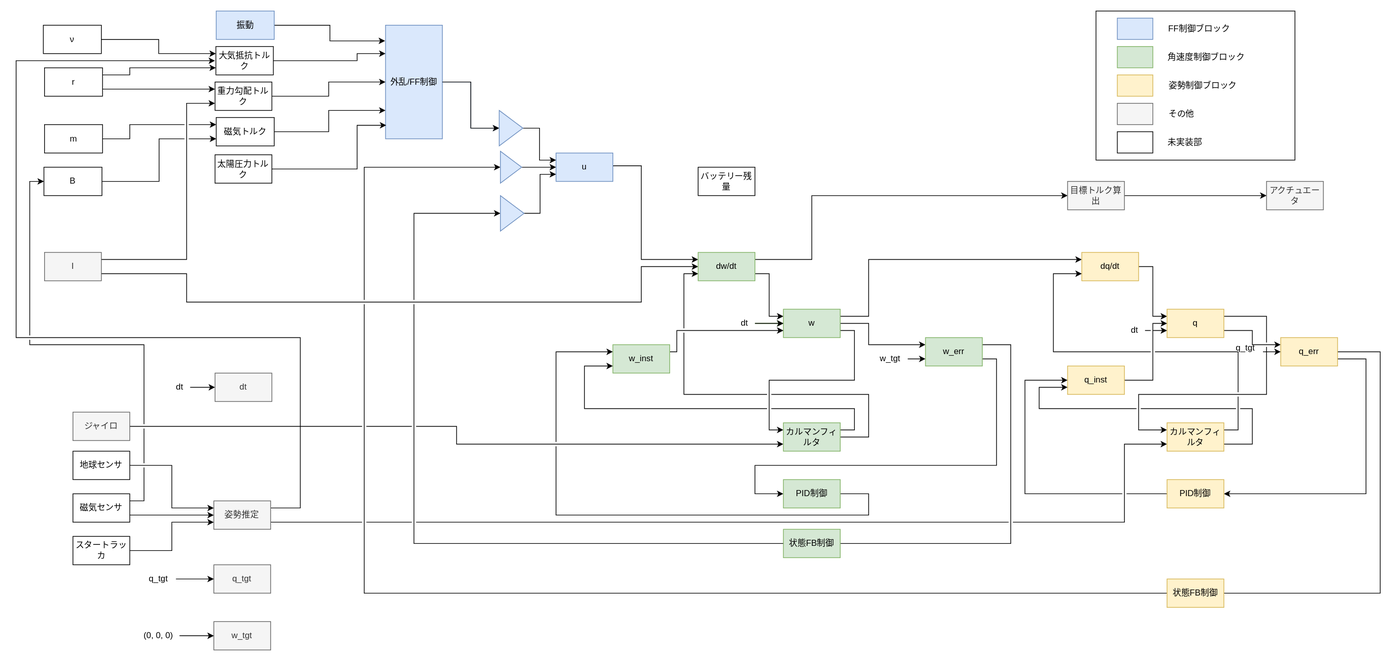
This is out/satellite.drawio.svg from hender14/satellite, a draw.io export, as it was before one commit. Source tidied: cells renumbered, new cells last; positions are measured from the earlier drawing's top-left corner, leaving out a move shared by most shapes.
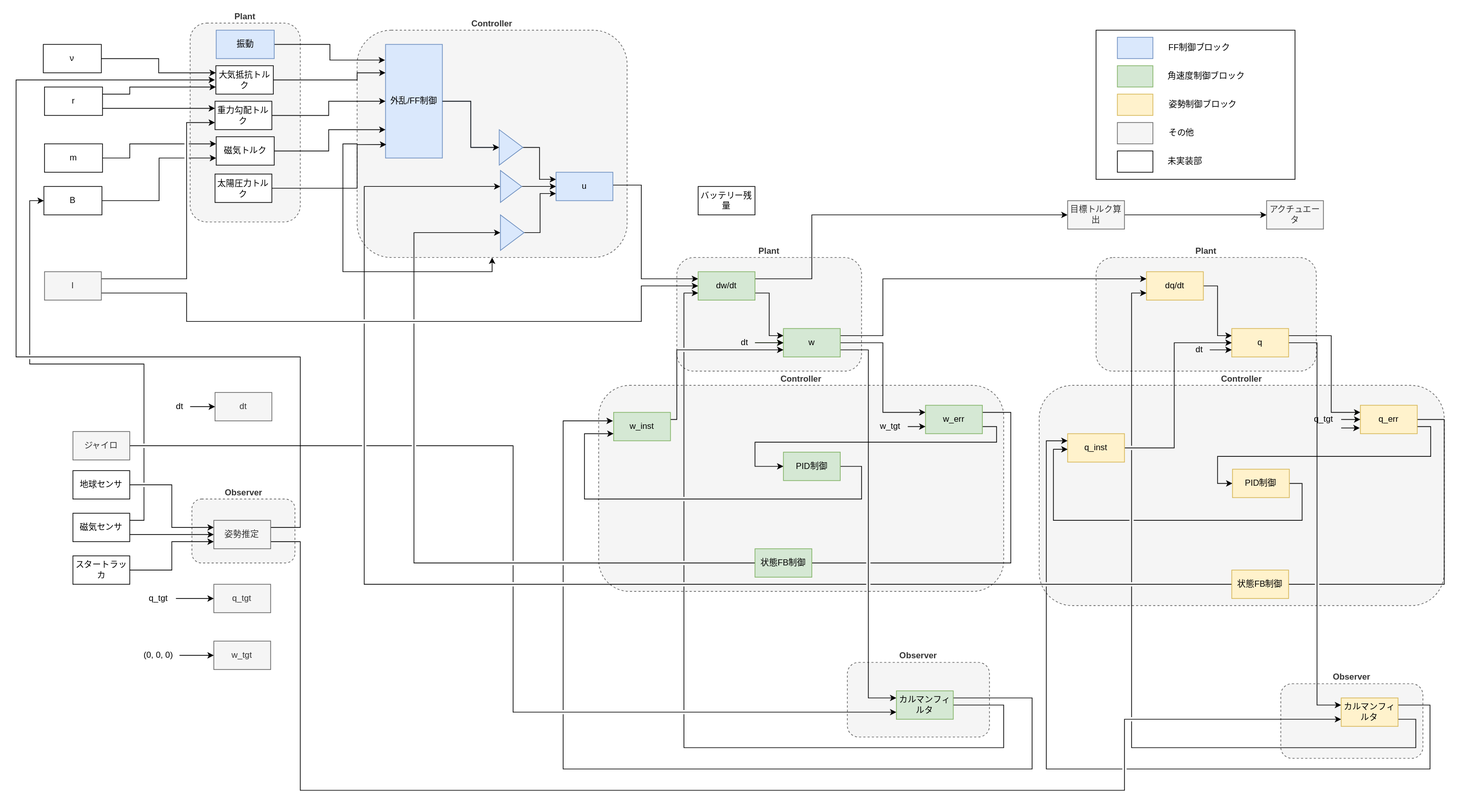
The same file after the commit.

The edit, as a diff of the source:
```diff
@@ -4,2 +4,32 @@
     <mxCell id="1" parent="0" />
+    <mxCell id="116" value="Observer" style="rounded=1;whiteSpace=wrap;html=1;strokeWidth=1;labelPosition=center;verticalLabelPosition=top;align=center;verticalAlign=bottom;fontStyle=1;fillColor=#f5f5f5;fontColor=#333333;strokeColor=#666666;dashed=1;" parent="1" vertex="1">
+      <mxGeometry x="247.5" y="660" width="145" height="90" as="geometry" />
+    </mxCell>
+    <mxCell id="117" value="Observer" style="rounded=1;whiteSpace=wrap;html=1;strokeWidth=1;labelPosition=center;verticalLabelPosition=top;align=center;verticalAlign=bottom;fontStyle=1;fillColor=#f5f5f5;fontColor=#333333;strokeColor=#666666;dashed=1;" parent="1" vertex="1">
+      <mxGeometry x="1780" y="920" width="200" height="105" as="geometry" />
+    </mxCell>
+    <mxCell id="118" value="Controller" style="rounded=1;whiteSpace=wrap;html=1;strokeWidth=1;labelPosition=center;verticalLabelPosition=top;align=center;verticalAlign=bottom;fontStyle=1;fillColor=#f5f5f5;fontColor=#333333;strokeColor=#666666;dashed=1;" parent="1" vertex="1">
+      <mxGeometry x="1440" y="500" width="570" height="310" as="geometry" />
+    </mxCell>
+    <mxCell id="119" value="Plant" style="rounded=1;whiteSpace=wrap;html=1;strokeWidth=1;labelPosition=center;verticalLabelPosition=top;align=center;verticalAlign=bottom;fontStyle=1;fillColor=#f5f5f5;fontColor=#333333;strokeColor=#666666;dashed=1;" parent="1" vertex="1">
+      <mxGeometry x="1520" y="320" width="310" height="160" as="geometry" />
+    </mxCell>
+    <mxCell id="120" value="Plant" style="rounded=1;whiteSpace=wrap;html=1;strokeWidth=1;labelPosition=center;verticalLabelPosition=top;align=center;verticalAlign=bottom;fontStyle=1;fillColor=#f5f5f5;fontColor=#333333;strokeColor=#666666;dashed=1;" parent="1" vertex="1">
+      <mxGeometry x="245" y="-10" width="155" height="280" as="geometry" />
+    </mxCell>
+    <mxCell id="121" value="Controller" style="rounded=1;whiteSpace=wrap;html=1;strokeWidth=1;labelPosition=center;verticalLabelPosition=top;align=center;verticalAlign=bottom;fontStyle=1;fillColor=#f5f5f5;fontColor=#333333;strokeColor=#666666;dashed=1;" parent="1" vertex="1">
+      <mxGeometry x="480" width="380" height="320" as="geometry" />
+    </mxCell>
+    <mxCell id="83" value="太陽圧力トルク" style="rounded=0;whiteSpace=wrap;html=1;" parent="1" vertex="1">
+      <mxGeometry x="280" y="202.5" width="80" height="40" as="geometry" />
+    </mxCell>
+    <mxCell id="122" value="Observer" style="rounded=1;whiteSpace=wrap;html=1;strokeWidth=1;labelPosition=center;verticalLabelPosition=top;align=center;verticalAlign=bottom;fontStyle=1;fillColor=#f5f5f5;fontColor=#333333;strokeColor=#666666;dashed=1;" parent="1" vertex="1">
+      <mxGeometry x="1170" y="890" width="200" height="105" as="geometry" />
+    </mxCell>
+    <mxCell id="123" value="Controller" style="rounded=1;whiteSpace=wrap;html=1;strokeWidth=1;labelPosition=center;verticalLabelPosition=top;align=center;verticalAlign=bottom;fontStyle=1;fillColor=#f5f5f5;fontColor=#333333;strokeColor=#666666;dashed=1;" parent="1" vertex="1">
+      <mxGeometry x="820" y="500" width="570" height="290" as="geometry" />
+    </mxCell>
+    <mxCell id="124" value="Plant" style="rounded=1;whiteSpace=wrap;html=1;strokeWidth=1;labelPosition=center;verticalLabelPosition=top;align=center;verticalAlign=bottom;fontStyle=1;fillColor=#f5f5f5;fontColor=#333333;strokeColor=#666666;dashed=1;" parent="1" vertex="1">
+      <mxGeometry x="930" y="320" width="260" height="160" as="geometry" />
+    </mxCell>
     <mxCell id="2" style="edgeStyle=orthogonalEdgeStyle;rounded=0;jettySize=auto;html=1;fillColor=#dae8fc;strokeColor=#6c8ebf;" parent="1" edge="1" source="3" target="40">
@@ -104,4 +134,4 @@
         <Array as="points">
-          <mxPoint x="1200" y="430" />
-          <mxPoint x="1200" y="350" />
+          <mxPoint x="1220" y="430" />
+          <mxPoint x="1220" y="350" />
         </Array>
@@ -113,4 +143,4 @@
           <mxPoint x="1160" y="440" />
-          <mxPoint x="1200" y="440" />
-          <mxPoint x="1200" y="470" />
+          <mxPoint x="1220" y="440" />
+          <mxPoint x="1220" y="538" />
         </Array>
@@ -127,4 +157,4 @@
         <Array as="points">
-          <mxPoint x="1600" y="360" />
-          <mxPoint x="1600" y="430" />
+          <mxPoint x="1691" y="360" />
+          <mxPoint x="1691" y="430" />
         </Array>
@@ -133,14 +163,17 @@
     <mxCell id="27" value="dq/dt" style="rounded=0;whiteSpace=wrap;html=1;fillColor=#fff2cc;strokeColor=#d6b656;" parent="1" vertex="1">
-      <mxGeometry x="1500" y="340" width="80" height="40" as="geometry" />
+      <mxGeometry x="1591" y="340" width="80" height="40" as="geometry" />
     </mxCell>
-    <mxCell id="28" style="edgeStyle=orthogonalEdgeStyle;rounded=0;jettySize=auto;html=1;exitX=1;exitY=0.75;exitDx=0;exitDy=0;entryX=0;entryY=0.25;entryDx=0;entryDy=0;" parent="1" edge="1" source="30" target="33">
-      <mxGeometry relative="1" as="geometry" />
+    <mxCell id="28" style="edgeStyle=orthogonalEdgeStyle;rounded=0;jettySize=auto;html=1;exitX=1;exitY=0.25;exitDx=0;exitDy=0;entryX=0;entryY=0.25;entryDx=0;entryDy=0;" parent="1" edge="1" source="30" target="33">
+      <mxGeometry relative="1" as="geometry">
+        <Array as="points">
+          <mxPoint x="1851" y="430" />
+          <mxPoint x="1851" y="538" />
+        </Array>
+      </mxGeometry>
     </mxCell>
-    <mxCell id="29" style="edgeStyle=orthogonalEdgeStyle;rounded=0;jettySize=auto;html=1;exitX=1;exitY=0.25;exitDx=0;exitDy=0;entryX=0;entryY=0.25;entryDx=0;entryDy=0;jumpStyle=gap;" parent="1" edge="1" source="30" target="78">
+    <mxCell id="29" style="edgeStyle=orthogonalEdgeStyle;rounded=0;jettySize=auto;html=1;exitX=1;exitY=0.5;exitDx=0;exitDy=0;entryX=0;entryY=0.25;entryDx=0;entryDy=0;jumpStyle=gap;" parent="1" edge="1" source="30" target="78">
       <mxGeometry relative="1" as="geometry">
         <Array as="points">
-          <mxPoint x="1760" y="430" />
-          <mxPoint x="1760" y="540" />
-          <mxPoint x="1580" y="540" />
-          <mxPoint x="1580" y="590" />
+          <mxPoint x="1831" y="440" />
+          <mxPoint x="1831" y="950" />
         </Array>
@@ -149,3 +182,3 @@
     <mxCell id="30" value="q" style="rounded=0;whiteSpace=wrap;html=1;fillColor=#fff2cc;strokeColor=#d6b656;" parent="1" vertex="1">
-      <mxGeometry x="1620" y="420" width="80" height="40" as="geometry" />
+      <mxGeometry x="1711" y="420" width="80" height="40" as="geometry" />
     </mxCell>
@@ -154,5 +187,5 @@
         <Array as="points">
-          <mxPoint x="1920" y="480" />
-          <mxPoint x="1920" y="820" />
-          <mxPoint x="490" y="820" />
+          <mxPoint x="2010" y="548" />
+          <mxPoint x="2010" y="780" />
+          <mxPoint x="490" y="780" />
           <mxPoint x="490" y="220" />
@@ -161,7 +194,9 @@
     </mxCell>
-    <mxCell id="32" style="edgeStyle=orthogonalEdgeStyle;rounded=0;jettySize=auto;html=1;exitX=1;exitY=0.75;exitDx=0;exitDy=0;entryX=1;entryY=0.5;entryDx=0;entryDy=0;" parent="1" edge="1" source="33" target="115">
+    <mxCell id="32" style="edgeStyle=orthogonalEdgeStyle;rounded=0;jettySize=auto;html=1;exitX=1;exitY=0.75;exitDx=0;exitDy=0;entryX=0;entryY=0.5;entryDx=0;entryDy=0;" parent="1" edge="1" source="33" target="115">
       <mxGeometry relative="1" as="geometry">
         <Array as="points">
-          <mxPoint x="1900" y="490" />
-          <mxPoint x="1900" y="680" />
+          <mxPoint x="1991" y="558" />
+          <mxPoint x="1991" y="600" />
+          <mxPoint x="1691" y="600" />
+          <mxPoint x="1691" y="638" />
         </Array>
@@ -170,3 +205,3 @@
     <mxCell id="33" value="q_err" style="rounded=0;whiteSpace=wrap;html=1;fillColor=#fff2cc;strokeColor=#d6b656;" parent="1" vertex="1">
-      <mxGeometry x="1780" y="460" width="80" height="40" as="geometry" />
+      <mxGeometry x="1892" y="528" width="80" height="40" as="geometry" />
     </mxCell>
@@ -196,3 +231,3 @@
         <Array as="points">
-          <mxPoint x="1400" y="470" />
+          <mxPoint x="1400" y="538" />
           <mxPoint x="1400" y="750" />
@@ -206,6 +241,6 @@
         <Array as="points">
-          <mxPoint x="1380" y="490" />
-          <mxPoint x="1380" y="640" />
-          <mxPoint x="1040" y="640" />
-          <mxPoint x="1040" y="680" />
+          <mxPoint x="1380" y="558" />
+          <mxPoint x="1380" y="580" />
+          <mxPoint x="1040" y="580" />
+          <mxPoint x="1040" y="614" />
         </Array>
@@ -214,3 +249,3 @@
     <mxCell id="43" value="w_err" style="rounded=0;whiteSpace=wrap;html=1;fillColor=#d5e8d4;strokeColor=#82b366;" parent="1" vertex="1">
-      <mxGeometry x="1280" y="460" width="80" height="40" as="geometry" />
+      <mxGeometry x="1280" y="528" width="80" height="40" as="geometry" />
     </mxCell>
@@ -234,5 +269,6 @@
         <Array as="points">
-          <mxPoint x="362" y="720" />
-          <mxPoint x="1560" y="720" />
-          <mxPoint x="1560" y="610" />
+          <mxPoint x="400" y="720" />
+          <mxPoint x="400" y="1070" />
+          <mxPoint x="1560" y="1070" />
+          <mxPoint x="1560" y="970" />
         </Array>
@@ -290,4 +326,4 @@
         <Array as="points">
-          <mxPoint x="1600" y="520" />
-          <mxPoint x="1600" y="440" />
+          <mxPoint x="1630" y="588" />
+          <mxPoint x="1630" y="440" />
         </Array>
@@ -296,3 +332,3 @@
     <mxCell id="64" value="q_inst" style="rounded=0;whiteSpace=wrap;html=1;fillColor=#fff2cc;strokeColor=#d6b656;" parent="1" vertex="1">
-      <mxGeometry x="1480" y="500" width="80" height="40" as="geometry" />
+      <mxGeometry x="1480" y="568" width="80" height="40" as="geometry" />
     </mxCell>
@@ -301,3 +337,3 @@
         <Array as="points">
-          <mxPoint x="930" y="480" />
+          <mxPoint x="930" y="548" />
           <mxPoint x="930" y="450" />
@@ -307,18 +343,14 @@
     <mxCell id="66" value="w_inst" style="rounded=0;whiteSpace=wrap;html=1;fillColor=#d5e8d4;strokeColor=#82b366;" parent="1" vertex="1">
-      <mxGeometry x="840" y="470" width="80" height="40" as="geometry" />
+      <mxGeometry x="841" y="538" width="80" height="40" as="geometry" />
     </mxCell>
     <mxCell id="67" value="状態FB制御" style="rounded=0;whiteSpace=wrap;html=1;fillColor=#fff2cc;strokeColor=#d6b656;" parent="1" vertex="1">
-      <mxGeometry x="1620" y="800" width="80" height="40" as="geometry" />
+      <mxGeometry x="1711" y="760" width="80" height="40" as="geometry" />
     </mxCell>
-    <mxCell id="68" value="状態FB制御" style="rounded=0;whiteSpace=wrap;html=1;fillColor=#d5e8d4;strokeColor=#82b366;" parent="1" vertex="1">
-      <mxGeometry x="1080" y="730" width="80" height="40" as="geometry" />
-    </mxCell>
-    <mxCell id="69" style="edgeStyle=orthogonalEdgeStyle;rounded=0;jettySize=auto;html=1;exitX=1;exitY=0.5;exitDx=0;exitDy=0;jumpStyle=gap;" parent="1" edge="1" source="70">
+    <mxCell id="69" style="edgeStyle=orthogonalEdgeStyle;rounded=0;jettySize=auto;html=1;exitX=1;exitY=0.5;exitDx=0;exitDy=0;jumpStyle=gap;entryX=0;entryY=0.75;entryDx=0;entryDy=0;" parent="1" edge="1" source="70" target="66">
       <mxGeometry relative="1" as="geometry">
-        <mxPoint x="840" y="480" as="targetPoint" />
         <Array as="points">
-          <mxPoint x="1200" y="680" />
-          <mxPoint x="1200" y="710" />
-          <mxPoint x="760" y="710" />
-          <mxPoint x="760" y="480" />
+          <mxPoint x="1190" y="614" />
+          <mxPoint x="1190" y="660" />
+          <mxPoint x="800" y="660" />
+          <mxPoint x="800" y="568" />
         </Array>
@@ -327,3 +359,3 @@
     <mxCell id="70" value="PID制御" style="rounded=0;whiteSpace=wrap;html=1;fillColor=#d5e8d4;strokeColor=#82b366;" parent="1" vertex="1">
-      <mxGeometry x="1080" y="660" width="80" height="40" as="geometry" />
+      <mxGeometry x="1080" y="594" width="80" height="40" as="geometry" />
     </mxCell>
@@ -338,5 +370,5 @@
         <Array as="points">
-          <mxPoint x="1200" y="600" />
-          <mxPoint x="1200" y="540" />
-          <mxPoint x="940" y="540" />
+          <mxPoint x="1390" y="950" />
+          <mxPoint x="1390" y="1010" />
+          <mxPoint x="940" y="1010" />
           <mxPoint x="940" y="370" />
@@ -345,9 +377,11 @@
     </mxCell>
-    <mxCell id="74" style="edgeStyle=orthogonalEdgeStyle;rounded=0;jettySize=auto;html=1;exitX=1;exitY=0.25;exitDx=0;exitDy=0;entryX=0;entryY=0.75;entryDx=0;entryDy=0;jumpStyle=gap;fillColor=#d5e8d4;strokeColor=#000000;" parent="1" edge="1" source="75" target="66">
+    <mxCell id="74" style="edgeStyle=orthogonalEdgeStyle;rounded=0;jettySize=auto;html=1;exitX=1;exitY=0.25;exitDx=0;exitDy=0;jumpStyle=gap;fillColor=#d5e8d4;strokeColor=#000000;" parent="1" edge="1" source="75">
       <mxGeometry relative="1" as="geometry">
+        <mxPoint x="840" y="550" as="targetPoint" />
         <Array as="points">
-          <mxPoint x="1180" y="590" />
-          <mxPoint x="1180" y="560" />
-          <mxPoint x="800" y="560" />
-          <mxPoint x="800" y="500" />
+          <mxPoint x="1430" y="940" />
+          <mxPoint x="1430" y="1040" />
+          <mxPoint x="770" y="1040" />
+          <mxPoint x="770" y="550" />
+          <mxPoint x="841" y="550" />
         </Array>
@@ -356,11 +390,11 @@
     <mxCell id="75" value="カルマンフィルタ" style="rounded=0;whiteSpace=wrap;html=1;fillColor=#d5e8d4;strokeColor=#82b366;" parent="1" vertex="1">
-      <mxGeometry x="1080" y="580" width="80" height="40" as="geometry" />
+      <mxGeometry x="1239" y="930" width="80" height="40" as="geometry" />
     </mxCell>
-    <mxCell id="76" style="edgeStyle=orthogonalEdgeStyle;rounded=0;jettySize=auto;html=1;exitX=1;exitY=0.25;exitDx=0;exitDy=0;entryX=0;entryY=0.75;entryDx=0;entryDy=0;jumpStyle=gap;" parent="1" edge="1" source="78" target="27">
+    <mxCell id="76" style="edgeStyle=orthogonalEdgeStyle;rounded=0;jettySize=auto;html=1;exitX=1;exitY=0.75;exitDx=0;exitDy=0;entryX=0;entryY=0.75;entryDx=0;entryDy=0;jumpStyle=gap;" parent="1" edge="1" source="78" target="27">
       <mxGeometry relative="1" as="geometry">
         <Array as="points">
-          <mxPoint x="1720" y="590" />
-          <mxPoint x="1720" y="480" />
-          <mxPoint x="1460" y="480" />
-          <mxPoint x="1460" y="370" />
+          <mxPoint x="1970" y="970" />
+          <mxPoint x="1970" y="1010" />
+          <mxPoint x="1570" y="1010" />
+          <mxPoint x="1570" y="370" />
         </Array>
@@ -368,9 +402,9 @@
     </mxCell>
-    <mxCell id="77" style="edgeStyle=orthogonalEdgeStyle;rounded=0;jettySize=auto;html=1;exitX=1;exitY=0.75;exitDx=0;exitDy=0;entryX=0;entryY=0.75;entryDx=0;entryDy=0;jumpStyle=gap;" parent="1" edge="1" source="78" target="64">
+    <mxCell id="77" style="edgeStyle=orthogonalEdgeStyle;rounded=0;jettySize=auto;html=1;exitX=1;exitY=0.25;exitDx=0;exitDy=0;entryX=0;entryY=0.25;entryDx=0;entryDy=0;jumpStyle=gap;" parent="1" edge="1" source="78" target="64">
       <mxGeometry relative="1" as="geometry">
         <Array as="points">
-          <mxPoint x="1740" y="610" />
-          <mxPoint x="1740" y="560" />
-          <mxPoint x="1440" y="560" />
-          <mxPoint x="1440" y="530" />
+          <mxPoint x="1990" y="950" />
+          <mxPoint x="1990" y="1040" />
+          <mxPoint x="1450" y="1040" />
+          <mxPoint x="1450" y="578" />
         </Array>
@@ -379,3 +413,3 @@
     <mxCell id="78" value="カルマンフィルタ" style="rounded=0;whiteSpace=wrap;html=1;fillColor=#fff2cc;strokeColor=#d6b656;" parent="1" vertex="1">
-      <mxGeometry x="1620" y="580" width="80" height="40" as="geometry" />
+      <mxGeometry x="1865" y="940" width="80" height="40" as="geometry" />
     </mxCell>
@@ -405,5 +439,2 @@
     </mxCell>
-    <mxCell id="83" value="太陽圧力トルク" style="rounded=0;whiteSpace=wrap;html=1;" parent="1" vertex="1">
-      <mxGeometry x="280" y="202.5" width="80" height="40" as="geometry" />
-    </mxCell>
     <mxCell id="84" style="edgeStyle=orthogonalEdgeStyle;rounded=0;jettySize=auto;html=1;fillColor=#d5e8d4;strokeColor=#82b366;" parent="1" edge="1" source="87" target="25">
@@ -424,9 +455,9 @@
     <mxCell id="89" value="dt" style="text;html=1;align=center;verticalAlign=middle;points=[];strokeColor=none;fillColor=none;" parent="1" vertex="1">
-      <mxGeometry x="1559" y="435" width="30" height="30" as="geometry" />
+      <mxGeometry x="1650" y="435" width="30" height="30" as="geometry" />
     </mxCell>
-    <mxCell id="90" style="edgeStyle=orthogonalEdgeStyle;rounded=0;jettySize=auto;html=1;entryX=0;entryY=0.25;entryDx=0;entryDy=0;" parent="1" edge="1" source="91">
+    <mxCell id="90" style="edgeStyle=orthogonalEdgeStyle;rounded=0;jettySize=auto;html=1;" parent="1" edge="1" source="91">
       <mxGeometry relative="1" as="geometry">
-        <mxPoint x="1780" y="480" as="targetPoint" />
+        <mxPoint x="1891" y="560" as="targetPoint" />
         <Array as="points">
-          <mxPoint x="1760" y="480" />
+          <mxPoint x="1821" y="560" />
         </Array>
@@ -434,8 +465,5 @@
     </mxCell>
-    <mxCell id="91" value="q_tgt" style="text;html=1;align=center;verticalAlign=middle;points=[];strokeColor=none;fillColor=none;" parent="1" vertex="1">
-      <mxGeometry x="1705" y="460" width="50" height="30" as="geometry" />
-    </mxCell>
     <mxCell id="92" style="edgeStyle=orthogonalEdgeStyle;rounded=0;jettySize=auto;html=1;" parent="1" edge="1" source="93">
       <mxGeometry relative="1" as="geometry">
-        <mxPoint x="1280" y="490" as="targetPoint" />
+        <mxPoint x="1280" y="558" as="targetPoint" />
       </mxGeometry>
@@ -443,3 +471,3 @@
     <mxCell id="93" value="w_tgt" style="text;html=1;align=center;verticalAlign=middle;points=[];strokeColor=none;fillColor=none;" parent="1" vertex="1">
-      <mxGeometry x="1205" y="475" width="50" height="30" as="geometry" />
+      <mxGeometry x="1205" y="543" width="50" height="30" as="geometry" />
     </mxCell>
@@ -505,7 +533,10 @@
     </mxCell>
-    <mxCell id="114" style="edgeStyle=orthogonalEdgeStyle;rounded=0;jettySize=auto;html=1;exitX=0;exitY=0.5;exitDx=0;exitDy=0;entryX=0;entryY=0.5;entryDx=0;entryDy=0;jumpStyle=gap;" parent="1" edge="1" source="115" target="64">
+    <mxCell id="114" style="edgeStyle=orthogonalEdgeStyle;rounded=0;jettySize=auto;html=1;exitX=1;exitY=0.5;exitDx=0;exitDy=0;jumpStyle=gap;" parent="1" edge="1" source="115">
       <mxGeometry relative="1" as="geometry">
+        <mxPoint x="1480" y="590" as="targetPoint" />
         <Array as="points">
-          <mxPoint x="1420" y="680" />
-          <mxPoint x="1420" y="520" />
+          <mxPoint x="1810" y="638" />
+          <mxPoint x="1810" y="690" />
+          <mxPoint x="1460" y="690" />
+          <mxPoint x="1460" y="590" />
         </Array>
@@ -514,4 +545,16 @@
     <mxCell id="115" value="PID制御" style="rounded=0;whiteSpace=wrap;html=1;fillColor=#fff2cc;strokeColor=#d6b656;" parent="1" vertex="1">
-      <mxGeometry x="1620" y="660" width="80" height="40" as="geometry" />
+      <mxGeometry x="1712" y="618" width="80" height="40" as="geometry" />
     </mxCell>
+    <mxCell id="68" value="状態FB制御" style="rounded=0;whiteSpace=wrap;html=1;fillColor=#d5e8d4;strokeColor=#82b366;" parent="1" vertex="1">
+      <mxGeometry x="1040" y="730" width="80" height="40" as="geometry" />
+    </mxCell>
+    <mxCell id="125" style="edgeStyle=orthogonalEdgeStyle;rounded=0;orthogonalLoop=1;jettySize=auto;html=1;exitX=0;exitY=0.5;exitDx=0;exitDy=0;" parent="1" edge="1" source="121" target="121">
+      <mxGeometry relative="1" as="geometry" />
+    </mxCell>
+    <mxCell id="126" style="edgeStyle=orthogonalEdgeStyle;rounded=0;jettySize=auto;html=1;" parent="1" edge="1" source="91" target="33">
+      <mxGeometry relative="1" as="geometry" />
+    </mxCell>
+    <mxCell id="91" value="q_tgt" style="text;html=1;align=center;verticalAlign=middle;points=[];strokeColor=none;fillColor=none;" parent="1" vertex="1">
+      <mxGeometry x="1815" y="533" width="50" height="30" as="geometry" />
+    </mxCell>
   </root>
```
